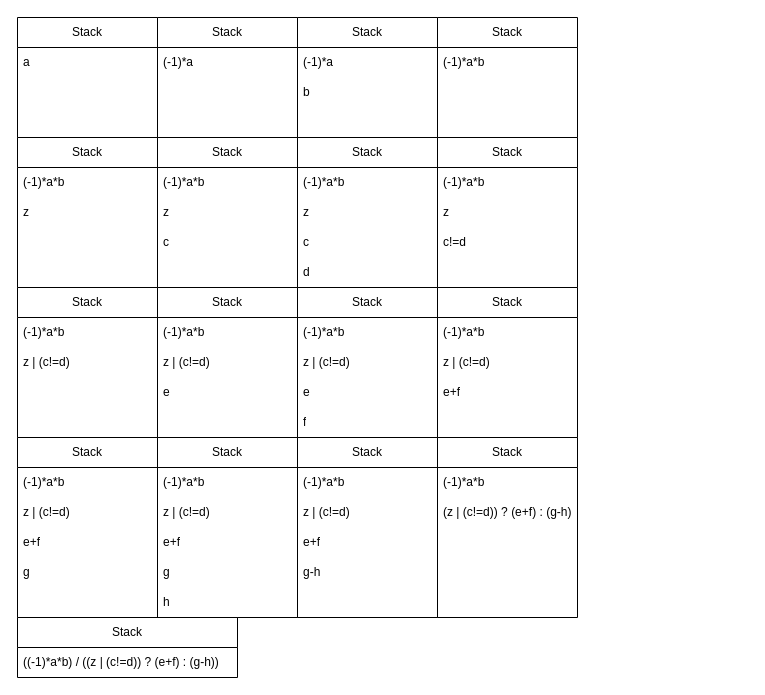
Before: Untitled Diagram.drawio in merrinchen/merr, a draw.io diagram. Source tidied: cells renumbered, new cells numbered last; positions are measured from the earlier drawing's top-left corner, leaving out a move shared by most shapes. Both pictures are drawn from the tidied source at 100%, with x=0, y=0 at pixel (17, 17).
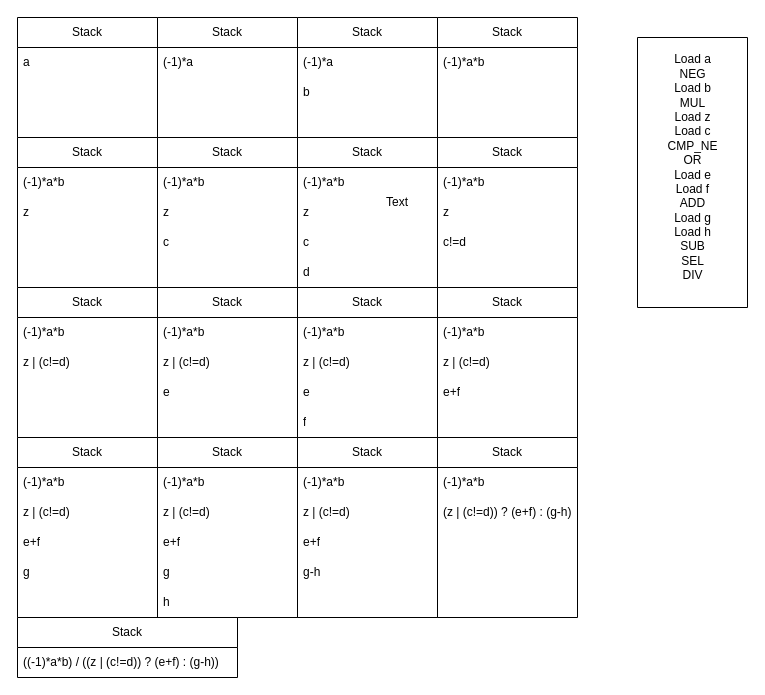
The same page after the edit.

What changed in the source:
```diff
@@
+    <mxCell id="84" value="Text" style="text;html=1;strokeColor=none;fillColor=none;align=center;verticalAlign=middle;whiteSpace=wrap;rounded=0;" parent="1" vertex="1">
+      <mxGeometry x="350" y="170" width="60" height="30" as="geometry" />
+    </mxCell>
+    <mxCell id="85" style="swimlane;startSize=0;" parent="1" vertex="1">
+      <mxGeometry x="620" y="20" width="110" height="270" as="geometry" />
+    </mxCell>
+    <mxCell id="86" value="Load a&lt;br&gt;NEG&lt;br&gt;Load b&lt;br&gt;MUL&lt;br&gt;Load z&lt;br&gt;Load c&lt;br&gt;CMP_NE&lt;br&gt;OR&lt;br&gt;Load e&lt;br&gt;Load f&lt;br&gt;ADD&lt;br&gt;Load g&lt;br&gt;Load h&lt;br&gt;SUB&lt;br&gt;SEL&lt;br&gt;DIV&lt;br&gt;" style="text;html=1;align=center;verticalAlign=middle;strokeColor=none;fillColor=none;" parent="85" vertex="1">
+      <mxGeometry x="20" y="10" width="70" height="240" as="geometry" />
+    </mxCell>
```
